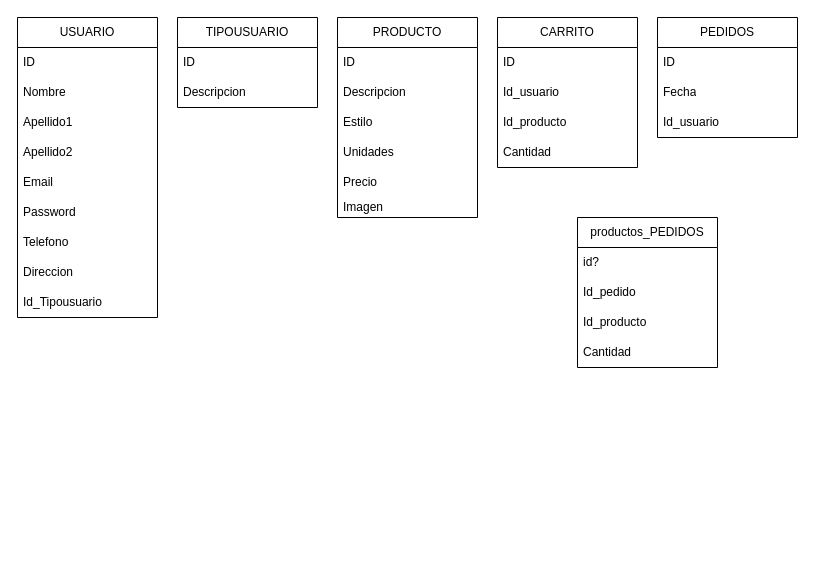
Alesia1216/iswbackend keeps this draw.io diagram as src/main/resources/IswartDB.drawio. Above is the earlier version. Source tidied: cells renumbered, new cells numbered last; positions are measured from the earlier drawing's top-left corner, leaving out a move shared by most shapes. Both pictures are drawn from the tidied source at 100%, with x=0, y=0 at pixel (17, 17).
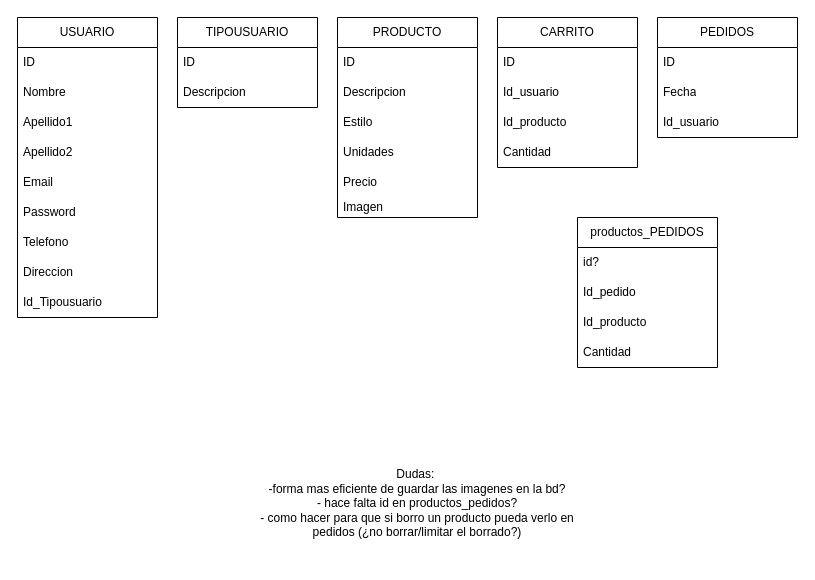
Above is the later version.

Commit message:
dudas añadidas al drawio

The edit, as a diff of the source:
```diff
@@
+    <mxCell id="36" value="Dudas:&amp;nbsp;&lt;div&gt;-forma mas eficiente de guardar las imagenes en la bd?&lt;/div&gt;&lt;div&gt;- hace falta id en productos_pedidos?&lt;/div&gt;&lt;div&gt;- como hacer para que si borro un producto pueda verlo en pedidos (¿no borrar/limitar el borrado?)&lt;br&gt;&lt;div&gt;&lt;br&gt;&lt;/div&gt;&lt;/div&gt;" style="text;html=1;align=center;verticalAlign=middle;whiteSpace=wrap;rounded=0;" parent="1" vertex="1">
+      <mxGeometry x="220" y="440" width="360" height="105" as="geometry" />
+    </mxCell>
```
